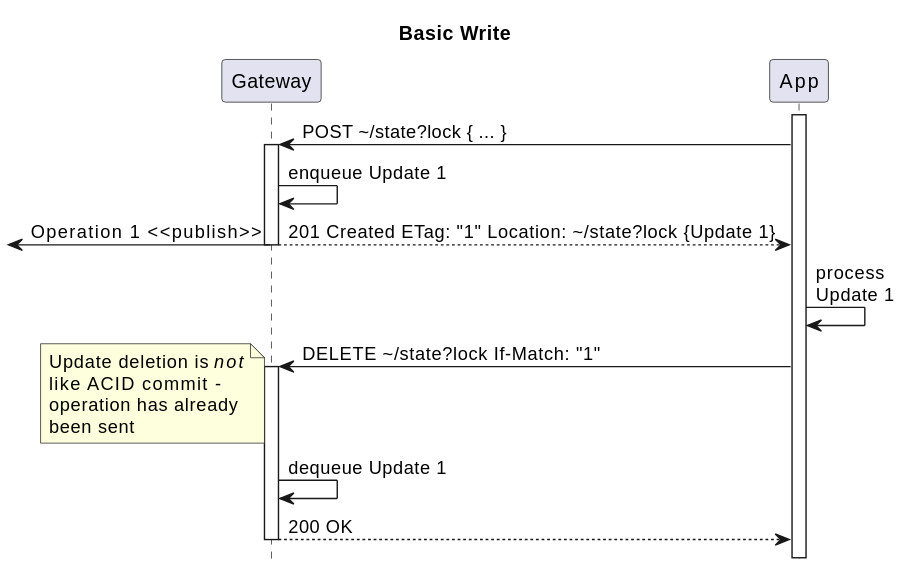
Earlier version of the PlantUML export architecture/api/clone/http/img/1-basic-write.seq.svg (m-ld/m-ld-gateway). Its diagram source:
```plantuml
@startuml
!pragma teoz true
hide footbox

title: Basic Write

participant Gateway as gw
participant "App" as app

activate app
app -> gw ++: POST \~/state?lock { ... }
gw -> gw: enqueue Update 1
return 201 Created ETag: "1" Location: \~/state?lock {Update 1}
& <- gw: Operation 1 <<publish>>
app -> app: process\nUpdate 1
app -> gw ++: DELETE \~/state?lock If-Match: "1"
note left
Update deletion is //not//
like ACID commit -
operation has already
been sent
end note
gw -> gw: dequeue Update 1
return 200 OK
deactivate app

@enduml
```
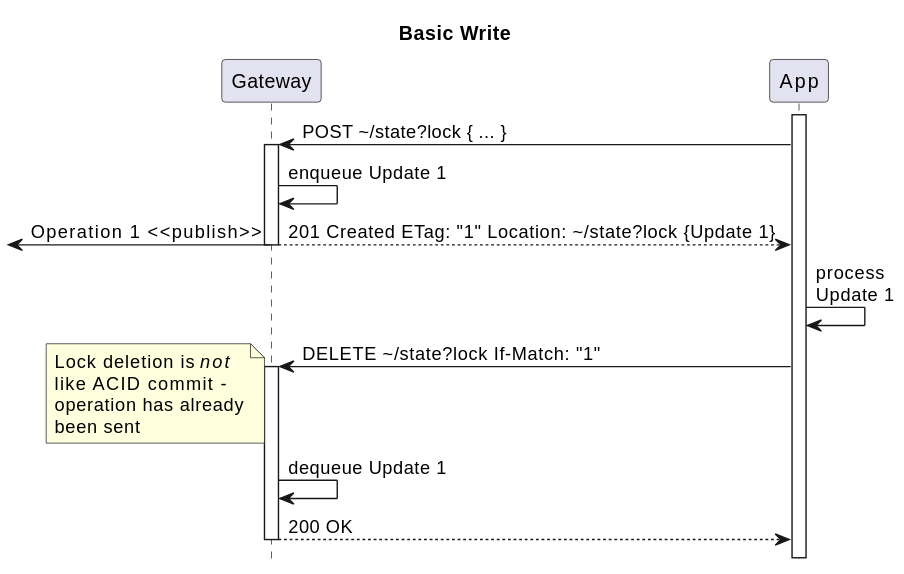
Above is the later version.

Change to the diagram source:
```diff
@@ -15,7 +15,7 @@
 app -> app: process\nUpdate 1
 app -> gw ++: DELETE \~/state?lock If-Match: "1"
 note left
-Update deletion is //not//
+Lock deletion is //not//
 like ACID commit -
 operation has already
 been sent
```
